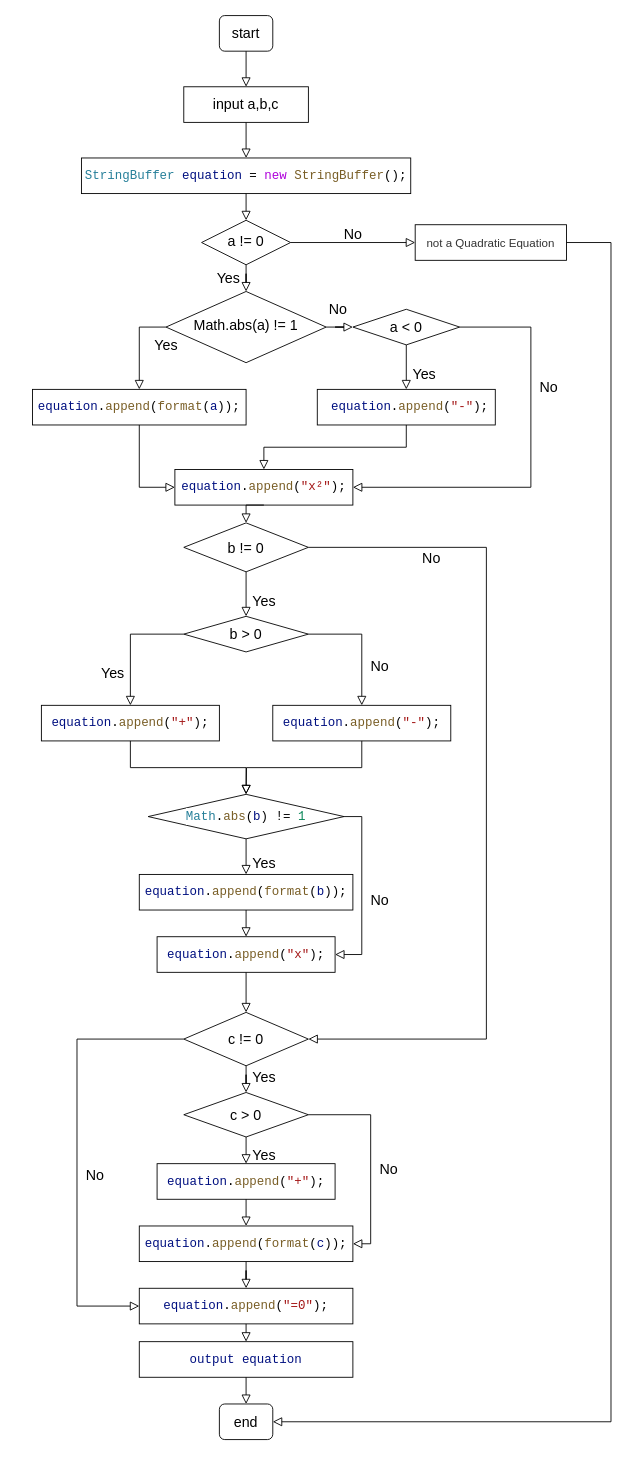
rise0608/images keeps this draw.io diagram as UML_practice/Untitled Diagram.drawio. Above is the earlier version. Source tidied: cells renumbered, new cells numbered last; positions are measured from the earlier drawing's top-left corner, leaving out a move shared by most shapes. Both pictures are drawn from the tidied source at 89%, with x=0, y=0 at pixel (32, 15).
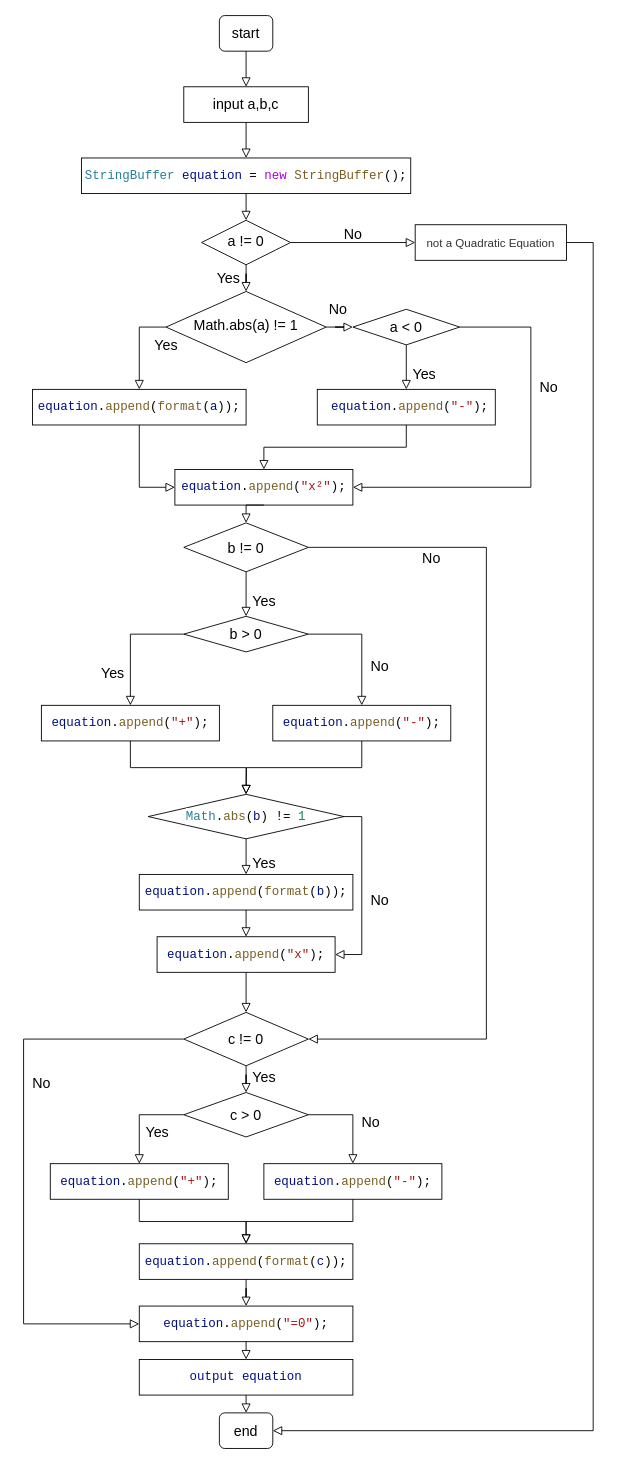
After the change.

Unchanged cells that the change refers to:
```xml
<mxCell id="6" value="&lt;span style=&quot;color: rgb(51 , 51 , 51) ; font-family: &amp;#34;arial&amp;#34; , sans-serif ; font-size: 13px ; background-color: rgb(255 , 255 , 255)&quot;&gt;not a Quadratic Equation&lt;/span&gt;" style="rounded=0;whiteSpace=wrap;html=1;fontSize=16;glass=0;strokeWidth=1;shadow=0;" parent="1" vertex="1">
  <mxGeometry x="430" y="235" width="170" height="40" as="geometry" />
</mxCell>
<mxCell id="16" value="c&amp;nbsp;!= 0" style="rhombus;whiteSpace=wrap;html=1;fontSize=16;" parent="1" vertex="1">
  <mxGeometry x="170" y="1120" width="140" height="60" as="geometry" />
</mxCell>
<mxCell id="27" value="c &amp;gt; 0" style="rhombus;whiteSpace=wrap;html=1;fontSize=16;" parent="1" vertex="1">
  <mxGeometry x="170" y="1210" width="140" height="50" as="geometry" />
</mxCell>
```

Diff of the diagram source:
```diff
@@
     <mxCell id="41" value="&lt;div style=&quot;background-color: rgb(255 , 255 , 255) ; font-family: &amp;#34;consolas&amp;#34; , &amp;#34;courier new&amp;#34; , monospace ; font-size: 14px ; line-height: 19px&quot;&gt;&lt;div style=&quot;font-family: &amp;#34;consolas&amp;#34; , &amp;#34;courier new&amp;#34; , monospace ; line-height: 19px&quot;&gt;&lt;span style=&quot;color: #001080&quot;&gt;equation&lt;/span&gt;.&lt;span style=&quot;color: #795e26&quot;&gt;append&lt;/span&gt;(&lt;span style=&quot;color: #a31515&quot;&gt;&quot;+&quot;&lt;/span&gt;);&lt;/div&gt;&lt;/div&gt;" style="rounded=0;whiteSpace=wrap;html=1;fontSize=16;glass=0;strokeWidth=1;shadow=0;" parent="1" vertex="1">
-      <mxGeometry x="140" y="1290" width="200" height="40" as="geometry" />
+      <mxGeometry x="20" y="1290" width="200" height="40" as="geometry" />
     </mxCell>
     <mxCell id="42" value="&lt;div style=&quot;background-color: rgb(255 , 255 , 255) ; font-family: &amp;#34;consolas&amp;#34; , &amp;#34;courier new&amp;#34; , monospace ; font-size: 14px ; line-height: 19px&quot;&gt;&lt;div style=&quot;font-family: &amp;#34;consolas&amp;#34; , &amp;#34;courier new&amp;#34; , monospace ; line-height: 19px&quot;&gt;&lt;div style=&quot;font-family: &amp;#34;consolas&amp;#34; , &amp;#34;courier new&amp;#34; , monospace ; line-height: 19px&quot;&gt;&lt;span style=&quot;color: #001080&quot;&gt;equation&lt;/span&gt;.&lt;span style=&quot;color: #795e26&quot;&gt;append&lt;/span&gt;(&lt;span style=&quot;color: #795e26&quot;&gt;format&lt;/span&gt;(&lt;font color=&quot;#001080&quot;&gt;c&lt;/font&gt;));&lt;/div&gt;&lt;/div&gt;&lt;/div&gt;" style="rounded=0;whiteSpace=wrap;html=1;fontSize=16;glass=0;strokeWidth=1;shadow=0;" parent="1" vertex="1">
-      <mxGeometry x="120" y="1360" width="240" height="40" as="geometry" />
+      <mxGeometry x="120" y="1380" width="240" height="40" as="geometry" />
     </mxCell>
@@
-    <mxCell id="45" value="Yes" style="rounded=0;html=1;jettySize=auto;fontSize=16;endArrow=block;endFill=0;endSize=8;strokeWidth=1;shadow=0;labelBackgroundColor=none;edgeStyle=orthogonalEdgeStyle;exitX=0.5;exitY=1;exitDx=0;exitDy=0;entryX=0.5;entryY=0;entryDx=0;entryDy=0;" parent="1" edge="1" source="27" target="41">
-      <mxGeometry x="0.33" y="20" relative="1" as="geometry" />
-    </mxCell>
-    <mxCell id="46" value="No" style="rounded=0;html=1;jettySize=auto;fontSize=16;endArrow=block;endFill=0;endSize=8;strokeWidth=1;shadow=0;labelBackgroundColor=none;edgeStyle=orthogonalEdgeStyle;exitX=1;exitY=0.5;exitDx=0;exitDy=0;entryX=1;entryY=0.5;entryDx=0;entryDy=0;" parent="1" edge="1" source="27" target="42">
+    <mxCell id="46" value="No" style="rounded=0;html=1;jettySize=auto;fontSize=16;endArrow=block;endFill=0;endSize=8;strokeWidth=1;shadow=0;labelBackgroundColor=none;edgeStyle=orthogonalEdgeStyle;exitX=1;exitY=0.5;exitDx=0;exitDy=0;entryX=0.5;entryY=0;entryDx=0;entryDy=0;" parent="1" edge="1" source="27" target="57">
       <mxGeometry x="0.12" y="20" relative="1" as="geometry">
         <mxPoint y="-1" as="offset" />
       </mxGeometry>
     </mxCell>
     <mxCell id="47" value="No" style="rounded=0;html=1;jettySize=auto;fontSize=16;endArrow=block;endFill=0;endSize=8;strokeWidth=1;shadow=0;labelBackgroundColor=none;edgeStyle=orthogonalEdgeStyle;exitX=0;exitY=0.5;exitDx=0;exitDy=0;entryX=0;entryY=0.5;entryDx=0;entryDy=0;" parent="1" edge="1" source="16" target="48">
-      <mxGeometry x="0.12" y="20" relative="1" as="geometry">
+      <mxGeometry x="-0.27" y="20" relative="1" as="geometry">
         <Array as="points">
-          <mxPoint x="50" y="1150" />
-          <mxPoint x="50" y="1450" />
+          <mxPoint x="-10" y="1150" />
+          <mxPoint x="-10" y="1470" />
         </Array>
-        <mxPoint y="-1" as="offset" />
       </mxGeometry>
     </mxCell>
     <mxCell id="48" value="&lt;div style=&quot;background-color: rgb(255 , 255 , 255) ; font-family: &amp;#34;consolas&amp;#34; , &amp;#34;courier new&amp;#34; , monospace ; font-size: 14px ; line-height: 19px&quot;&gt;&lt;div style=&quot;font-family: &amp;#34;consolas&amp;#34; , &amp;#34;courier new&amp;#34; , monospace ; line-height: 19px&quot;&gt;&lt;div style=&quot;font-family: &amp;#34;consolas&amp;#34; , &amp;#34;courier new&amp;#34; , monospace ; line-height: 19px&quot;&gt;&lt;div style=&quot;font-family: &amp;#34;consolas&amp;#34; , &amp;#34;courier new&amp;#34; , monospace ; line-height: 19px&quot;&gt;&lt;span style=&quot;color: #001080&quot;&gt;equation&lt;/span&gt;.&lt;span style=&quot;color: #795e26&quot;&gt;append&lt;/span&gt;(&lt;span style=&quot;color: #a31515&quot;&gt;&quot;=0&quot;&lt;/span&gt;);&lt;/div&gt;&lt;/div&gt;&lt;/div&gt;&lt;/div&gt;" style="rounded=0;whiteSpace=wrap;html=1;fontSize=16;glass=0;strokeWidth=1;shadow=0;" parent="1" vertex="1">
-      <mxGeometry x="120" y="1430" width="240" height="40" as="geometry" />
+      <mxGeometry x="120" y="1450" width="240" height="40" as="geometry" />
     </mxCell>
@@
     <mxCell id="50" value="&lt;div style=&quot;background-color: rgb(255 , 255 , 255) ; font-family: &amp;#34;consolas&amp;#34; , &amp;#34;courier new&amp;#34; , monospace ; font-size: 14px ; line-height: 19px&quot;&gt;&lt;div style=&quot;font-family: &amp;#34;consolas&amp;#34; , &amp;#34;courier new&amp;#34; , monospace ; line-height: 19px&quot;&gt;&lt;div style=&quot;font-family: &amp;#34;consolas&amp;#34; , &amp;#34;courier new&amp;#34; , monospace ; line-height: 19px&quot;&gt;&lt;div style=&quot;font-family: &amp;#34;consolas&amp;#34; , &amp;#34;courier new&amp;#34; , monospace ; line-height: 19px&quot;&gt;&lt;font color=&quot;#001080&quot;&gt;output equation&lt;/font&gt;&lt;/div&gt;&lt;/div&gt;&lt;/div&gt;&lt;/div&gt;" style="rounded=0;whiteSpace=wrap;html=1;fontSize=16;glass=0;strokeWidth=1;shadow=0;" parent="1" vertex="1">
-      <mxGeometry x="120" y="1490" width="240" height="40" as="geometry" />
+      <mxGeometry x="120" y="1510" width="240" height="40" as="geometry" />
     </mxCell>
@@
     <mxCell id="53" value="end" style="rounded=1;whiteSpace=wrap;html=1;fontSize=16;glass=0;strokeWidth=1;shadow=0;" parent="1" vertex="1">
-      <mxGeometry x="210" y="1560" width="60" height="40" as="geometry" />
+      <mxGeometry x="210" y="1570" width="60" height="40" as="geometry" />
     </mxCell>
@@
-    <mxCell id="56" style="rounded=0;html=1;jettySize=auto;fontSize=16;endArrow=block;endFill=0;endSize=8;strokeWidth=1;shadow=0;labelBackgroundColor=none;edgeStyle=orthogonalEdgeStyle;exitX=1;exitY=0.5;exitDx=0;exitDy=0;entryX=1;entryY=0.5;entryDx=0;entryDy=0;" parent="1" edge="1" source="6" target="53">
+    <mxCell id="56" style="rounded=0;html=1;jettySize=auto;fontSize=16;endArrow=block;endFill=0;endSize=8;strokeWidth=1;shadow=0;labelBackgroundColor=none;edgeStyle=orthogonalEdgeStyle;exitX=1;exitY=0.5;exitDx=0;exitDy=0;" parent="1" edge="1" source="6">
       <mxGeometry y="20" relative="1" as="geometry">
+        <mxPoint x="270" y="1590" as="targetPoint" />
         <Array as="points">
-          <mxPoint x="650" y="255" />
-          <mxPoint x="650" y="1580" />
+          <mxPoint x="630" y="255" />
+          <mxPoint x="630" y="1590" />
         </Array>
       </mxGeometry>
     </mxCell>
+    <mxCell id="57" value="&lt;div style=&quot;background-color: rgb(255 , 255 , 255) ; font-family: &amp;#34;consolas&amp;#34; , &amp;#34;courier new&amp;#34; , monospace ; font-size: 14px ; line-height: 19px&quot;&gt;&lt;div style=&quot;font-family: &amp;#34;consolas&amp;#34; , &amp;#34;courier new&amp;#34; , monospace ; line-height: 19px&quot;&gt;&lt;span style=&quot;color: #001080&quot;&gt;equation&lt;/span&gt;.&lt;span style=&quot;color: #795e26&quot;&gt;append&lt;/span&gt;(&lt;span style=&quot;color: #a31515&quot;&gt;&quot;-&quot;&lt;/span&gt;);&lt;/div&gt;&lt;/div&gt;" style="rounded=0;whiteSpace=wrap;html=1;fontSize=16;glass=0;strokeWidth=1;shadow=0;" parent="1" vertex="1">
+      <mxGeometry x="260" y="1290" width="200" height="40" as="geometry" />
+    </mxCell>
+    <mxCell id="58" style="rounded=0;html=1;jettySize=auto;fontSize=16;endArrow=block;endFill=0;endSize=8;strokeWidth=1;shadow=0;labelBackgroundColor=none;edgeStyle=orthogonalEdgeStyle;exitX=0.5;exitY=1;exitDx=0;exitDy=0;entryX=0.5;entryY=0;entryDx=0;entryDy=0;" parent="1" edge="1" source="57" target="42">
+      <mxGeometry y="20" relative="1" as="geometry" />
+    </mxCell>
+    <mxCell id="45" value="Yes" style="rounded=0;html=1;jettySize=auto;fontSize=16;endArrow=block;endFill=0;endSize=8;strokeWidth=1;shadow=0;labelBackgroundColor=none;edgeStyle=orthogonalEdgeStyle;exitX=0;exitY=0.5;exitDx=0;exitDy=0;" parent="1" edge="1" source="27" target="41">
+      <mxGeometry x="0.33" y="20" relative="1" as="geometry" />
+    </mxCell>
```
